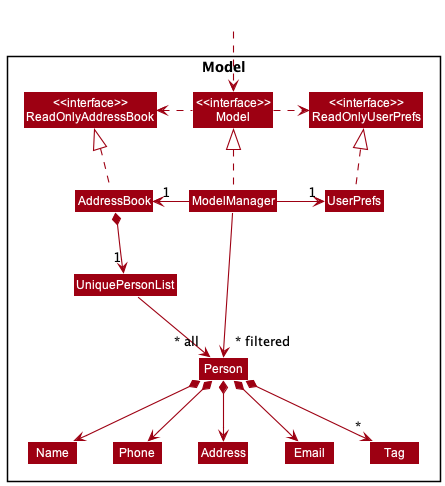
Earlier version of the PlantUML export docs/images/ModelClassDiagram.png (nus-cs2103-AY2223S1/tp).
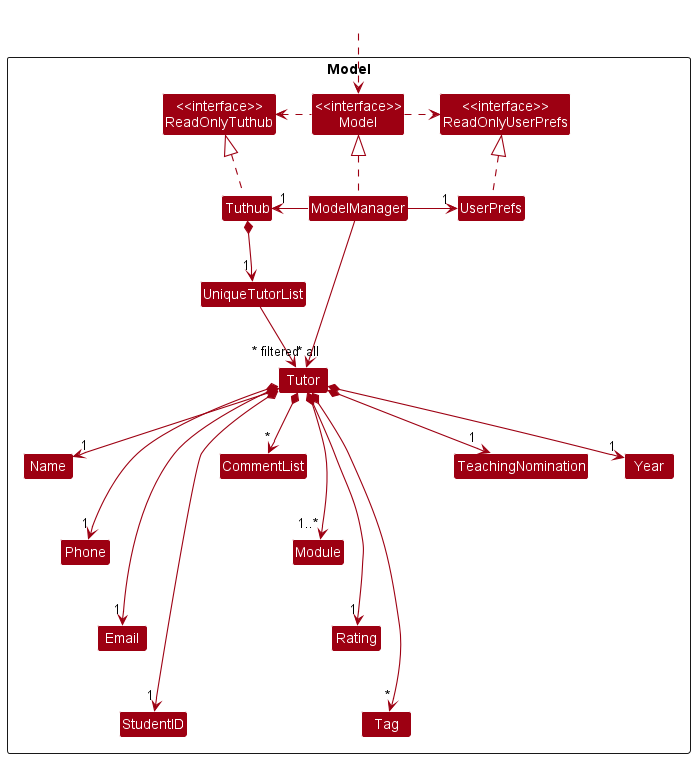
The same diagram one commit later.

Commit message:
Update `ModelClassDiagram` to fit current Tuthub

What changed in the source:
```diff
@@ -5,46 +5,59 @@
 skinparam classBackgroundColor MODEL_COLOR
 
 Package Model <<Rectangle>>{
-Class "<<interface>>\nReadOnlyAddressBook" as ReadOnlyAddressBook
+Class "<<interface>>\nReadOnlyTuthub" as ReadOnlyTuthub
 Class "<<interface>>\nReadOnlyUserPrefs" as ReadOnlyUserPrefs
 Class "<<interface>>\nModel" as Model
-Class AddressBook
+Class Tuthub
 Class ModelManager
 Class UserPrefs
 
-Class UniquePersonList
-Class Person
-Class Address
-Class Email
+Class UniqueTutorList
+Class Tutor
 Class Name
 Class Phone
+Class Email
+Class StudentID
+Class CommentList
+Class Module
+Class Rating
 Class Tag
-
+Class TeachingNomination
+Class Year
 }
 
 Class HiddenOutside #FFFFFF
 HiddenOutside ..> Model
 
-AddressBook .up.|> ReadOnlyAddressBook
+Tuthub .up.|> ReadOnlyTuthub
 
 ModelManager .up.|> Model
 Model .right.> ReadOnlyUserPrefs
-Model .left.> ReadOnlyAddressBook
-ModelManager -left-> "1" AddressBook
+Model .left.> ReadOnlyTuthub
+ModelManager -left-> "1" Tuthub
 ModelManager -right-> "1" UserPrefs
 UserPrefs .up.|> ReadOnlyUserPrefs
 
-AddressBook *--> "1" UniquePersonList
-UniquePersonList --> "~* all" Person
-Person *--> Name
-Person *--> Phone
-Person *--> Email
-Person *--> Address
-Person *--> "*" Tag
+Tuthub *--> "1" UniqueTutorList
+UniqueTutorList --> "~* all" Tutor
+Tutor *--> "*" CommentList
+Tutor *--> "1" Name
+Tutor *--> "1" Phone
+Tutor *--> "1" Email
+Tutor *--> "1" StudentID
+Tutor *--> "1..*" Module
+Tutor *--> "1" Rating
+Tutor *--> "*" Tag
+Tutor *--> "1" TeachingNomination
+Tutor *--> "1" Year
 
-Name -[hidden]right-> Phone
-Phone -[hidden]right-> Address
-Address -[hidden]right-> Email
+Name -[hidden]down-> Phone
+Phone -[hidden]down-> Email
+Email -[hidden]down-> StudentID
 
-ModelManager -->"~* filtered" Person
+CommentList -[hidden]down->Module
+Module -[hidden]down-> Rating
+Rating -[hidden]down-> Tag
+
+ModelManager -->"~* filtered" Tutor
 @enduml
```
